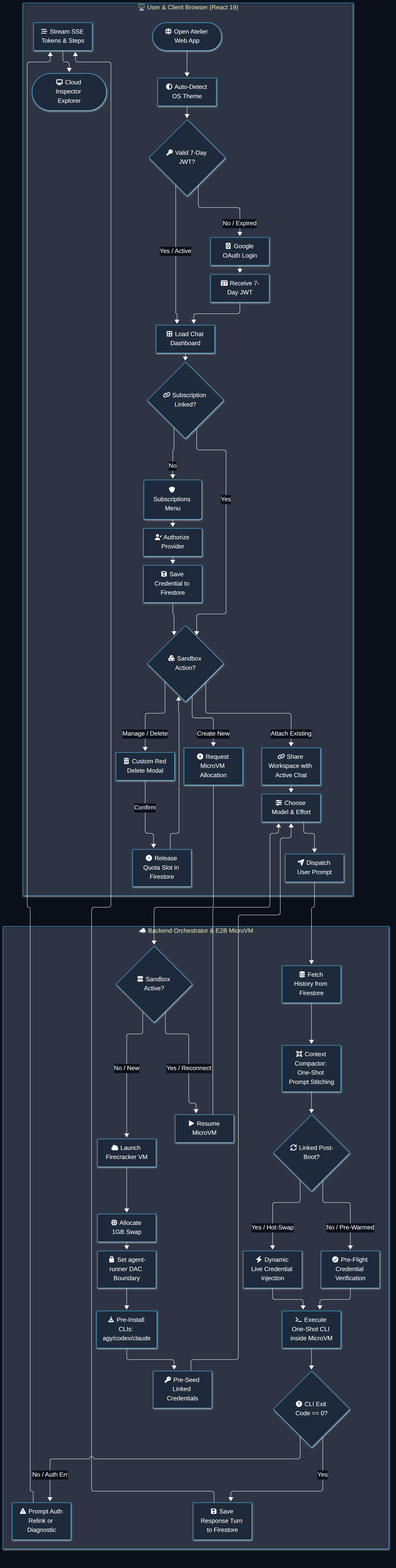
Psychopomp3012/Atelier-integrated-ai-web-ui keeps this Mermaid diagram as backend/visualizations/user-flow-diagram.png. Above is the earlier version. Its source is kept beside it as backend/visualizations/user-flow-diagram.mmd.
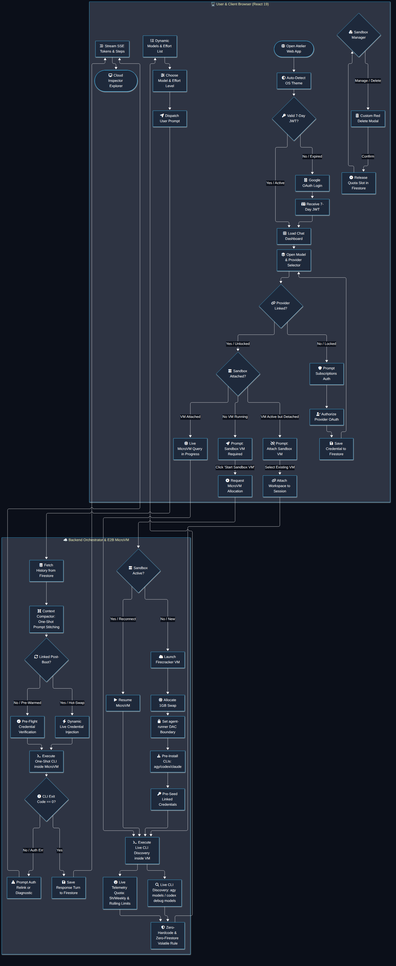
Above is the later version.

What changed in the source:
```diff
@@ -23,24 +23,37 @@
         D[fa:fa-google Google OAuth Login] --> E[fa:fa-id-card Receive 7-Day JWT]
         E --> F[fa:fa-th-large Load Chat Dashboard]
         C -->|Yes / Active| F
-        F --> G{fa:fa-link Subscription Linked?}
-        H(fa:fa-shield Subscriptions Menu) --> I[fa:fa-user-check Authorize Provider]
+
+        F --> MP[fa:fa-layer-group Open Model & Provider Selector]
+        MP --> G{fa:fa-link Provider Linked?}
+        G -->|No / Locked| H[fa:fa-shield Prompt Subscriptions Auth]
+        H --> I[fa:fa-user-check Authorize Provider OAuth]
         I --> J[fa:fa-save Save Credential to Firestore]
-        G -->|No| H
-        G -->|Yes| K{fa:fa-cubes Sandbox Action?}
-        J --> K
-        K -->|Manage / Delete| KD[fa:fa-trash-alt Custom Red Delete Modal]
+        J --> MP
+
+        G -->|Yes / Unlocked| SBState{fa:fa-server Sandbox Attached?}
+
+        SBState -->|No VM Running| VMReq[fa:fa-rocket Prompt: Sandbox VM Required]
+        VMReq -->|Click 'Start Sandbox VM'| KN[fa:fa-plus-circle Request MicroVM Allocation]
+
+        SBState -->|VM Active but Detached| VMAttach[fa:fa-link-slash Prompt: Attach Sandbox VM]
+        VMAttach -->|Select Existing VM| KA[fa:fa-link Attach Workspace to Session]
+
+        SBState -->|VM Attached| QueryVM[fa:fa-microchip Live MicroVM Query in Progress]
+
+        K{fa:fa-cubes Sandbox Manager} -->|Manage / Delete| KD[fa:fa-trash-alt Custom Red Delete Modal]
         KD -->|Confirm| KDR[fa:fa-minus-circle Release Quota Slot in Firestore]
-        K -->|Attach Existing| KA[fa:fa-link Share Workspace with Active Chat]
-        K -->|Create New| KN[fa:fa-plus-circle Request MicroVM Allocation]
-        S[fa:fa-sliders Choose Model & Effort] --> T[fa:fa-paper-plane Dispatch User Prompt]
+
+        MD[fa:fa-list-check Dynamic Models & Effort List] --> S[fa:fa-sliders Choose Model & Effort Level]
+        S --> T[fa:fa-paper-plane Dispatch User Prompt]
         Z[fa:fa-stream Stream SSE Tokens & Steps] --> AB([fa:fa-desktop Cloud Inspector Explorer])
     end
 
     subgraph Cloud["☁️ Backend Orchestrator & E2B MicroVM"]
         C -->|No / Expired| D
         KDR --> K
-        KA --> S
+
+        KA --> RunCliLive
         KN --> L{fa:fa-server Sandbox Active?}
         L -->|No / New| M[fa:fa-cloud Launch Firecracker VM]
         M --> N[fa:fa-microchip Allocate 1GB Swap]
@@ -48,8 +61,16 @@
         O --> P[fa:fa-download Pre-Install CLIs: agy/codex/claude]
         P --> Q[fa:fa-key Pre-Seed Linked Credentials]
         L -->|Yes / Reconnect| R[fa:fa-play Resume MicroVM]
-        Q --> S
-        R --> S
+        Q --> RunCliLive[fa:fa-terminal Execute Live CLI Discovery inside VM]
+        R --> RunCliLive
+
+        QueryVM --> RunCliLive
+        RunCliLive --> CLIModels[fa:fa-search Live CLI Discovery: agy models / codex debug models]
+        RunCliLive --> CLIQuota[fa:fa-tachometer-alt Live Telemetry Quota: 5h/Weekly & Rolling Limits]
+        CLIModels --> ZeroHardcode[fa:fa-shield-alt Zero-Hardcode & Zero-Firestore Volatile Rule]
+        CLIQuota --> ZeroHardcode
+        ZeroHardcode --> MD
+
         T --> TH[fa:fa-database Fetch History from Firestore]
         TH --> TC[fa:fa-compress-arrows-alt Context Compactor: One-Shot Prompt Stitching]
         TC --> U{fa:fa-sync Linked Post-Boot?}
```
